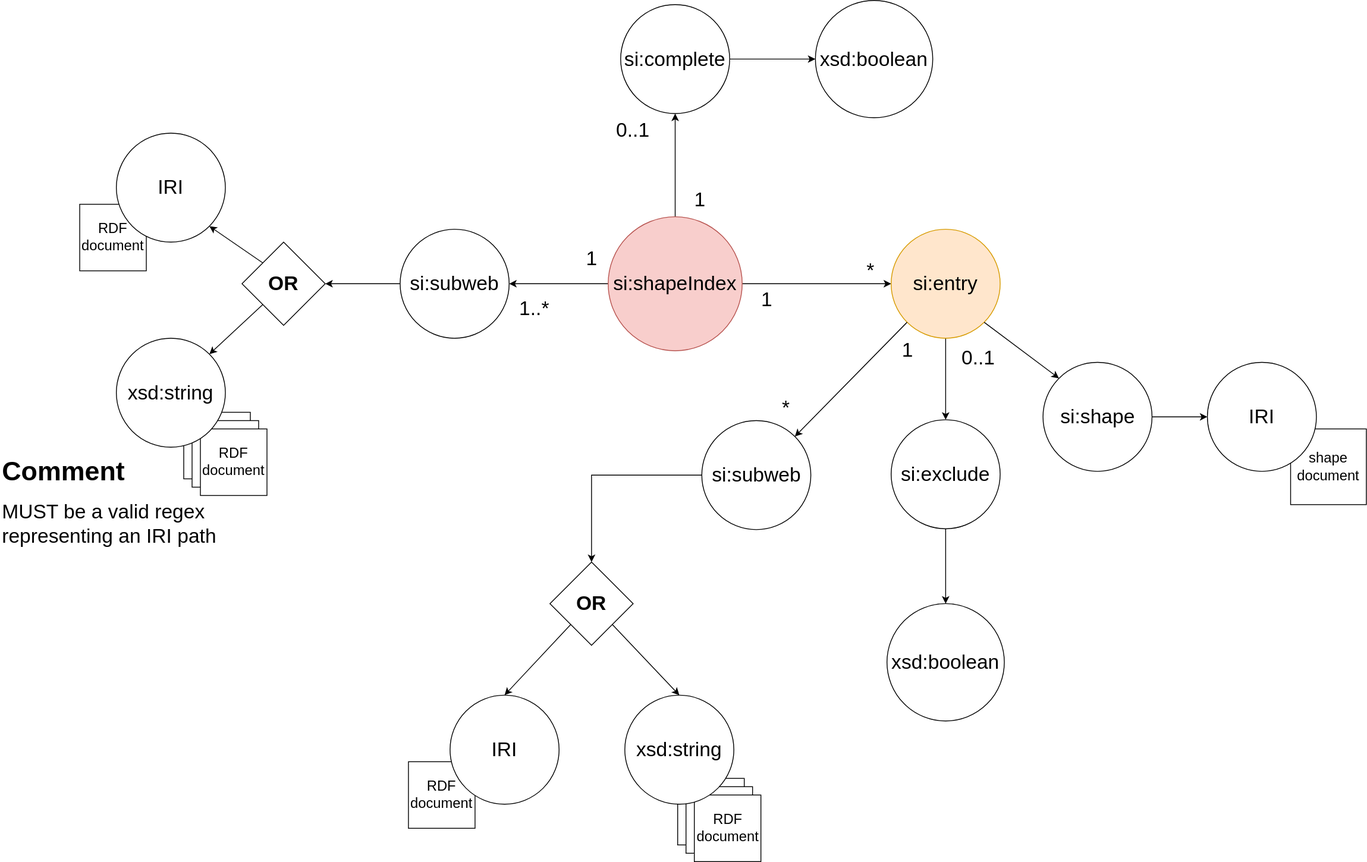
Earlier version of the draw.io export figure/schema.drawio.svg (constraintAutomaton/shape-index-specification). Source tidied: cells renumbered, new cells last; positions are measured from the earlier drawing's top-left corner, leaving out a move shared by most shapes.
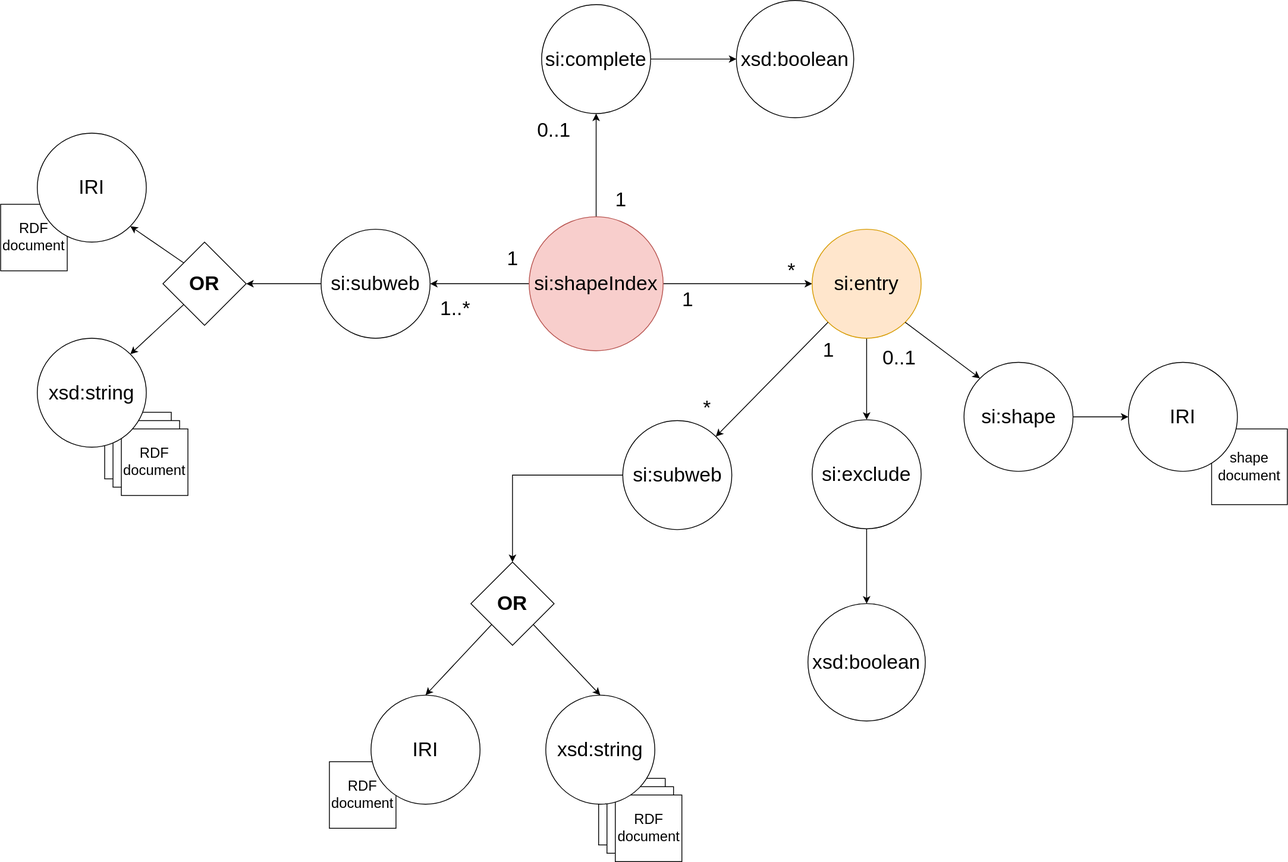
After the commit.

Commit message:
comment deleted from the figure

Diff of the diagram source:
```diff
@@ -95,9 +95,6 @@
     <mxCell id="32" value="&lt;b&gt;&lt;font style=&quot;font-size: 24px;&quot;&gt;OR&lt;/font&gt;&lt;/b&gt;" style="rhombus;whiteSpace=wrap;html=1;" parent="1" vertex="1">
       <mxGeometry x="290" y="290.5" width="100" height="100" as="geometry" />
     </mxCell>
-    <mxCell id="33" value="&lt;h1 style=&quot;margin-top: 0px;&quot;&gt;&lt;font style=&quot;font-size: 32px;&quot;&gt;Comment&lt;/font&gt;&lt;/h1&gt;&lt;p&gt;&lt;font style=&quot;font-size: 24px;&quot;&gt;MUST be a valid regex representing an IRI path&lt;/font&gt;&lt;/p&gt;" style="text;html=1;whiteSpace=wrap;overflow=hidden;rounded=0;" parent="1" vertex="1">
-      <mxGeometry y="540" width="270" height="150" as="geometry" />
-    </mxCell>
     <mxCell id="34" style="endArrow=classic;html=1;rounded=0;entryX=1;entryY=1;entryDx=0;entryDy=0;exitX=0;exitY=0;exitDx=0;exitDy=0;" parent="1" edge="1" source="32" target="31">
       <mxGeometry relative="1" as="geometry" />
     </mxCell>
```
